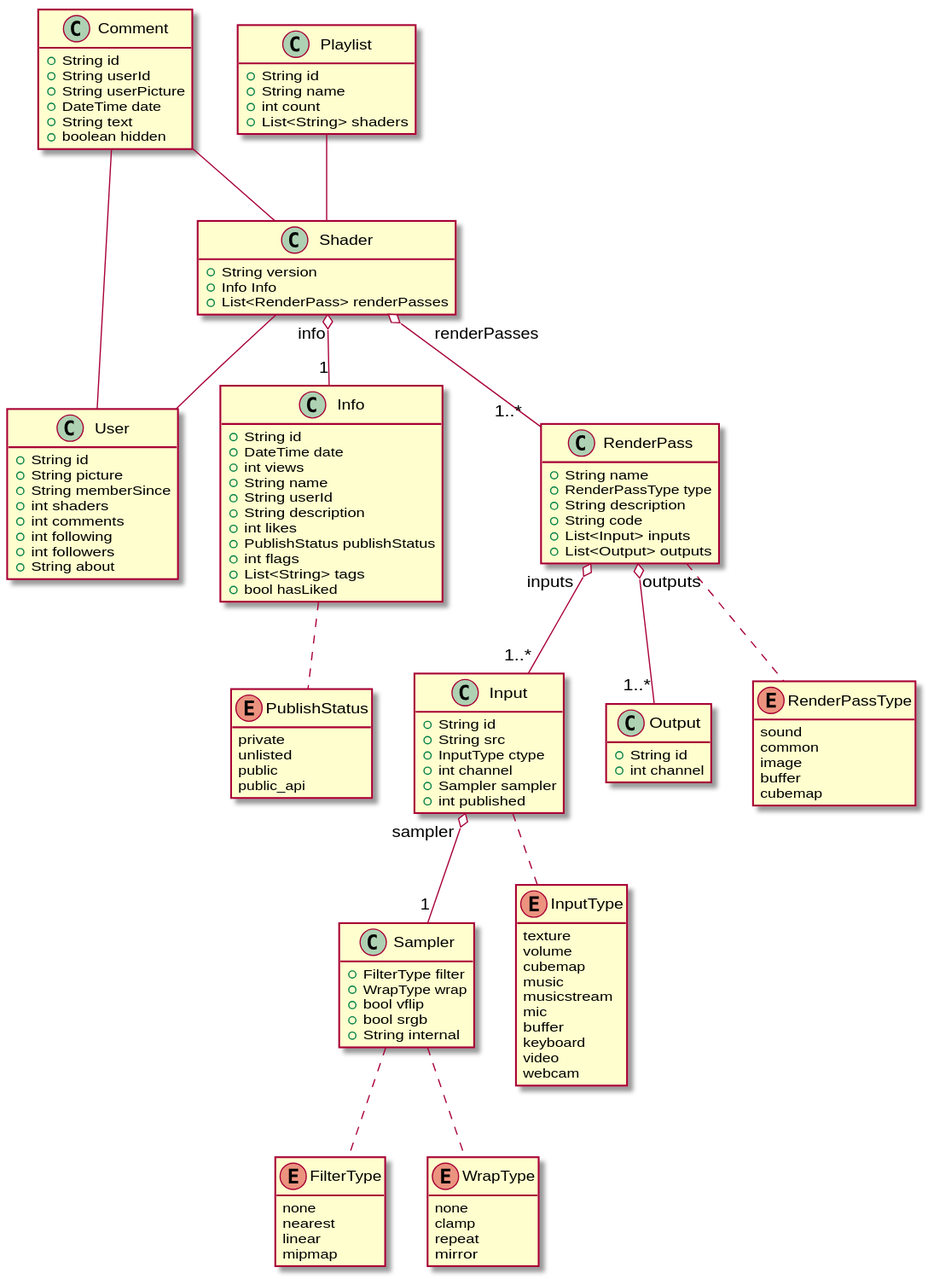
Earlier version of the PlantUML export model.svg (ivoleitao/shadertoy_api).
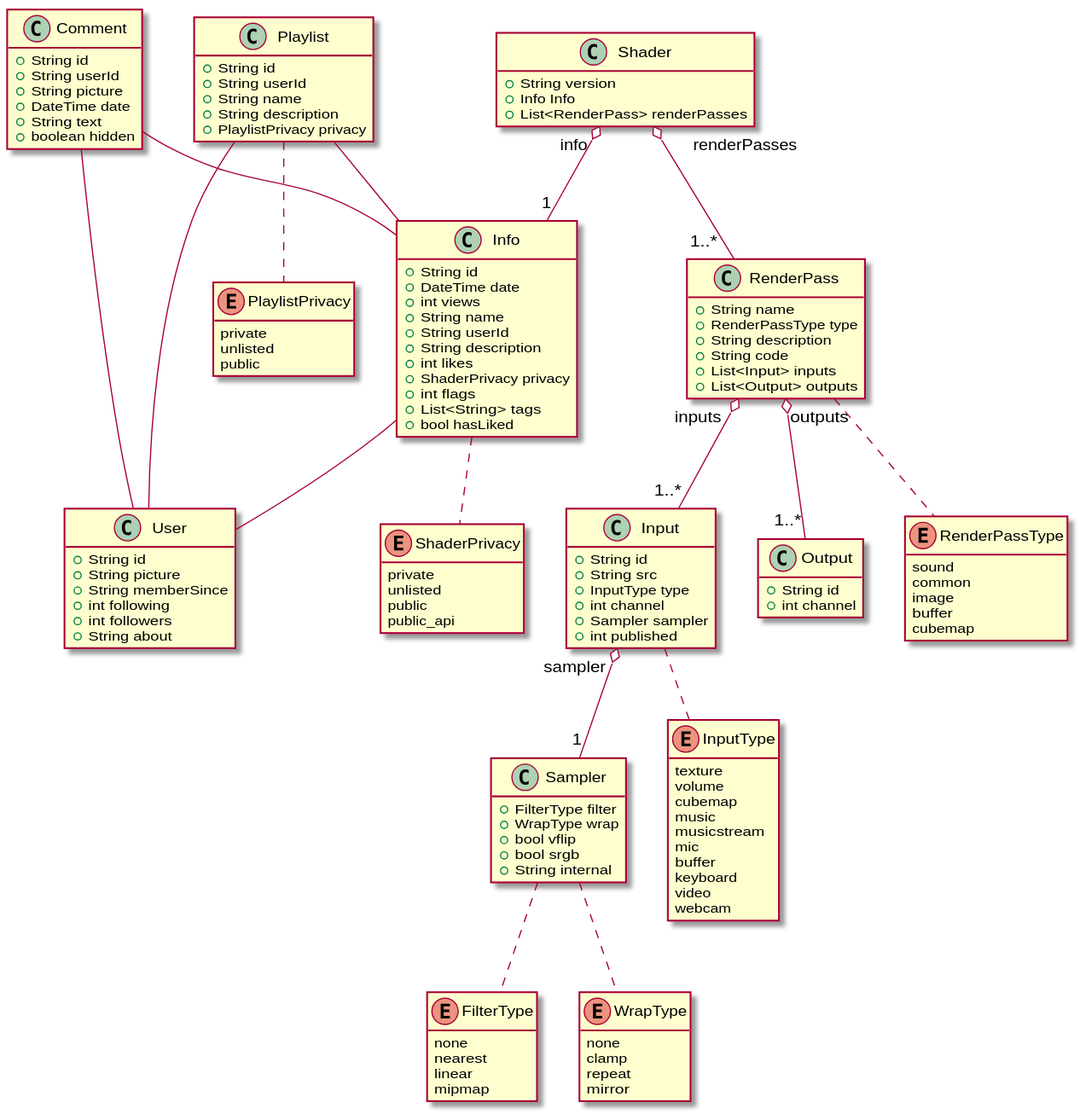
The same diagram one commit later.

Commit message:
Generate SVG and PNG images for PlantUML diagrams

Diff of the diagram source:
```diff
@@ -6,8 +6,6 @@
  +String id
  +String picture
  +String memberSince
- +int shaders
- +int comments
  +int following
  +int followers
  +String about
@@ -16,13 +14,13 @@
 class Comment {
     +String id
     +String userId
-    +String userPicture
+    +String picture
     +DateTime date
     +String text
     +boolean hidden
 }
 
-enum PublishStatus {
+enum ShaderPrivacy {
     private
     unlisted
     public
@@ -37,7 +35,7 @@
     +String userId
     +String description
     +int likes
-    +PublishStatus publishStatus
+    +ShaderPrivacy privacy
     +int flags
     +List<String> tags
     +bool hasLiked
@@ -81,7 +79,7 @@
 class Input {
     +String id
     +String src
-    +InputType ctype
+    +InputType type
     +int channel
     +Sampler sampler
     +int published
@@ -116,28 +114,37 @@
     +List<RenderPass> renderPasses
 }
 
+enum PlaylistPrivacy {
+    private
+    unlisted
+    public
+}
+
 class Playlist {
     +String id
+    +String userId
     +String name
-    +int count
-    +List<String> shaders
+    +String description
+    +PlaylistPrivacy privacy
 }
 
-Info  .. PublishStatus
+Info  .. ShaderPrivacy
 Sampler .. FilterType
 Sampler .. WrapType
 Input .. InputType
 RenderPass .. RenderPassType
+Playlist .. PlaylistPrivacy
 
-Shader "info" o-- "1" Info
+Shader "             info" o-- "1" Info
 Shader "     renderPasses" o-- "1..*  " RenderPass
 RenderPass "inputs  " o-- "1..*" Input
 RenderPass "outputs" o-- "1..*" Output
 Input "sampler " o-- "1" Sampler
 
-Shader -- User
-Playlist -- Shader
-Comment -- Shader
+Info -- User
+Playlist -- Info
+Playlist -- User
+Comment -- Info
 Comment -- User
 
 
```
